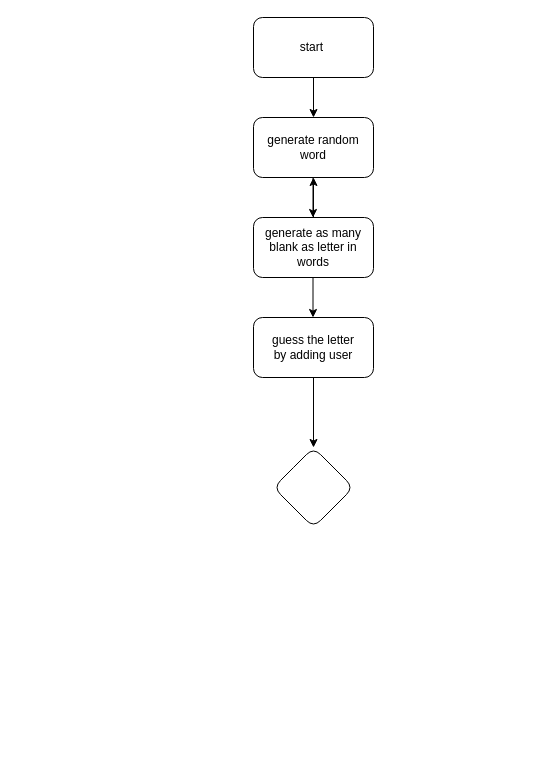
Above: Untitled Diagram.drawio in darshan7110/webdeveolpmentproject (draw.io), before the change. Source tidied: cells renumbered, new cells numbered last; positions are measured from the earlier drawing's top-left corner, leaving out a move shared by most shapes. Both pictures are drawn from the tidied source at 100%, with x=0, y=0 at pixel (253, 17).
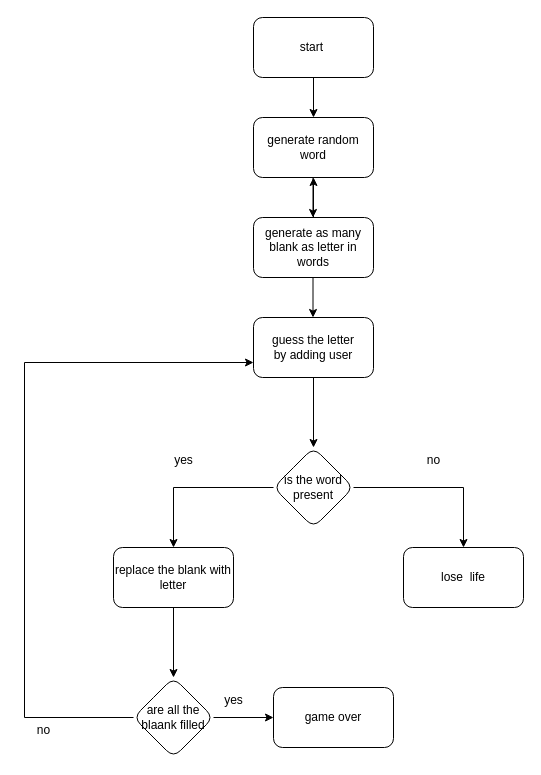
The same page after the edit.

The change refers to these unchanged cells:
```xml
<mxCell id="9" value="guess the letter&lt;br&gt;by adding user" style="rounded=1;whiteSpace=wrap;html=1;" parent="1" vertex="1">
  <mxGeometry y="300" width="120" height="60" as="geometry" />
</mxCell>
```

Change to the diagram source:
```diff
@@
+    <mxCell id="12" style="edgeStyle=orthogonalEdgeStyle;rounded=0;jettySize=auto;html=1;" parent="1" edge="1" source="11" target="14">
+      <mxGeometry relative="1" as="geometry" />
+    </mxCell>
+    <mxCell id="13" style="edgeStyle=orthogonalEdgeStyle;rounded=0;jettySize=auto;html=1;" parent="1" edge="1" source="11" target="16">
+      <mxGeometry relative="1" as="geometry" />
+    </mxCell>
-    <mxCell id="11" style="rhombus;whiteSpace=wrap;html=1;rounded=1;" parent="1" vertex="1">
+    <mxCell id="11" value="is the word present" style="rhombus;whiteSpace=wrap;html=1;rounded=1;" parent="1" vertex="1">
       <mxGeometry x="20" y="430" width="80" height="80" as="geometry" />
     </mxCell>
+    <mxCell id="14" value="lose&amp;nbsp; life" style="whiteSpace=wrap;html=1;rounded=1;" parent="1" vertex="1">
+      <mxGeometry x="150" y="530" width="120" height="60" as="geometry" />
+    </mxCell>
+    <mxCell id="15" style="edgeStyle=orthogonalEdgeStyle;rounded=0;jettySize=auto;html=1;" parent="1" edge="1" source="16" target="19">
+      <mxGeometry relative="1" as="geometry" />
+    </mxCell>
+    <mxCell id="16" value="replace the blank with letter" style="whiteSpace=wrap;html=1;rounded=1;" parent="1" vertex="1">
+      <mxGeometry x="-140" y="530" width="120" height="60" as="geometry" />
+    </mxCell>
+    <mxCell id="17" style="edgeStyle=orthogonalEdgeStyle;rounded=0;jettySize=auto;html=1;" parent="1" edge="1" source="19" target="20">
+      <mxGeometry relative="1" as="geometry" />
+    </mxCell>
+    <mxCell id="18" style="edgeStyle=orthogonalEdgeStyle;rounded=0;jettySize=auto;html=1;exitX=0;exitY=0.5;exitDx=0;exitDy=0;entryX=0;entryY=0.75;entryDx=0;entryDy=0;" parent="1" edge="1" source="19" target="9">
+      <mxGeometry relative="1" as="geometry">
+        <Array as="points">
+          <mxPoint x="-229" y="700" />
+          <mxPoint x="-229" y="345" />
+        </Array>
+      </mxGeometry>
+    </mxCell>
+    <mxCell id="19" value="are all the blaank filled" style="rhombus;whiteSpace=wrap;html=1;rounded=1;" parent="1" vertex="1">
+      <mxGeometry x="-120" y="660" width="80" height="80" as="geometry" />
+    </mxCell>
+    <mxCell id="20" value="game over" style="whiteSpace=wrap;html=1;rounded=1;" parent="1" vertex="1">
+      <mxGeometry x="20" y="670" width="120" height="60" as="geometry" />
+    </mxCell>
+    <mxCell id="21" value="yes" style="text;html=1;align=center;verticalAlign=middle;strokeColor=none;fillColor=none;" parent="1" vertex="1">
+      <mxGeometry x="-90" y="428" width="40" height="30" as="geometry" />
+    </mxCell>
+    <mxCell id="22" value="no" style="text;html=1;align=center;verticalAlign=middle;strokeColor=none;fillColor=none;" parent="1" vertex="1">
+      <mxGeometry x="160" y="428" width="40" height="30" as="geometry" />
+    </mxCell>
+    <mxCell id="23" value="yes" style="text;html=1;align=center;verticalAlign=middle;strokeColor=none;fillColor=none;" parent="1" vertex="1">
+      <mxGeometry x="-40" y="668" width="40" height="30" as="geometry" />
+    </mxCell>
+    <mxCell id="24" value="no" style="text;html=1;align=center;verticalAlign=middle;strokeColor=none;fillColor=none;" parent="1" vertex="1">
+      <mxGeometry x="-230" y="698" width="40" height="30" as="geometry" />
+    </mxCell>
```
